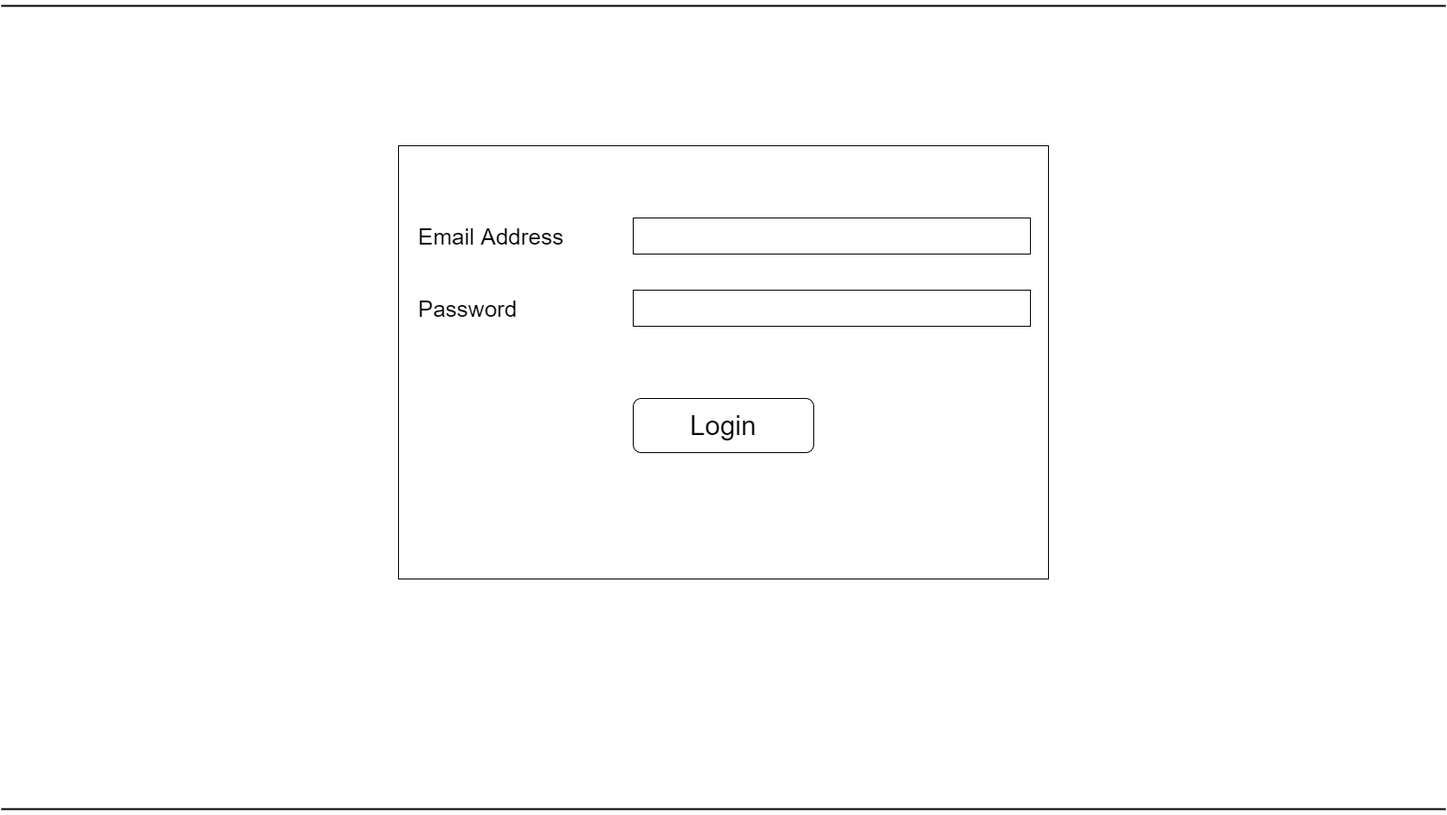
This is docs_directory/Login page plan.png from ZsoltToth/project-templates-spring-react, a draw.io export, as it was before one commit. Source tidied: cells renumbered, new cells last; positions are measured from the earlier drawing's top-left corner, leaving out a move shared by most shapes.
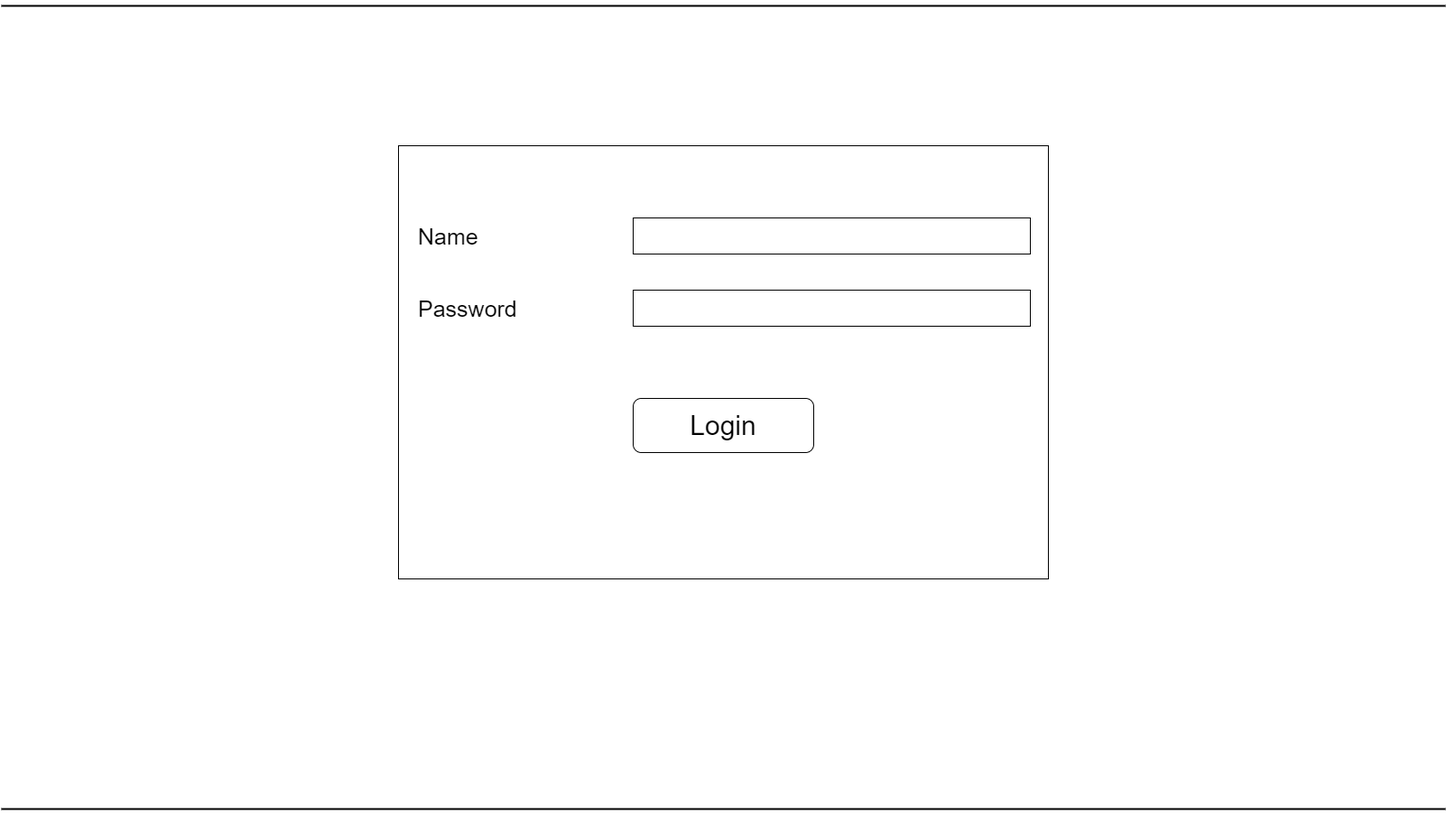
Later version of the same file.

Change to the diagram source:
```diff
@@ -5,9 +5,9 @@
     <mxCell id="2" style="rounded=0;whiteSpace=wrap;html=1;" parent="1" vertex="1">
       <mxGeometry x="440" y="160" width="720" height="480" as="geometry" />
     </mxCell>
-    <mxCell id="3" value="&lt;span style=&quot;font-size: 25px&quot;&gt;Email Address&lt;/span&gt;" style="text;html=1;strokeColor=none;fillColor=none;align=left;verticalAlign=middle;whiteSpace=wrap;rounded=0;" parent="1" vertex="1">
-      <mxGeometry x="460" y="240" width="200" height="40" as="geometry" />
-    </mxCell>
+    <mxCell id="11" value="&lt;span style=&quot;font-size: 25px&quot;&gt;Name&lt;/span&gt;" style="text;html=1;strokeColor=none;fillColor=none;align=left;verticalAlign=middle;whiteSpace=wrap;rounded=0;" parent="1" vertex="1">
+      <mxGeometry x="460" y="240" width="200" height="40" as="geometry" />
+    </mxCell>
     <mxCell id="4" style="rounded=0;whiteSpace=wrap;html=1;" parent="1" vertex="1">
       <mxGeometry x="700" y="320" width="440" height="40" as="geometry" />
     </mxCell>
```
